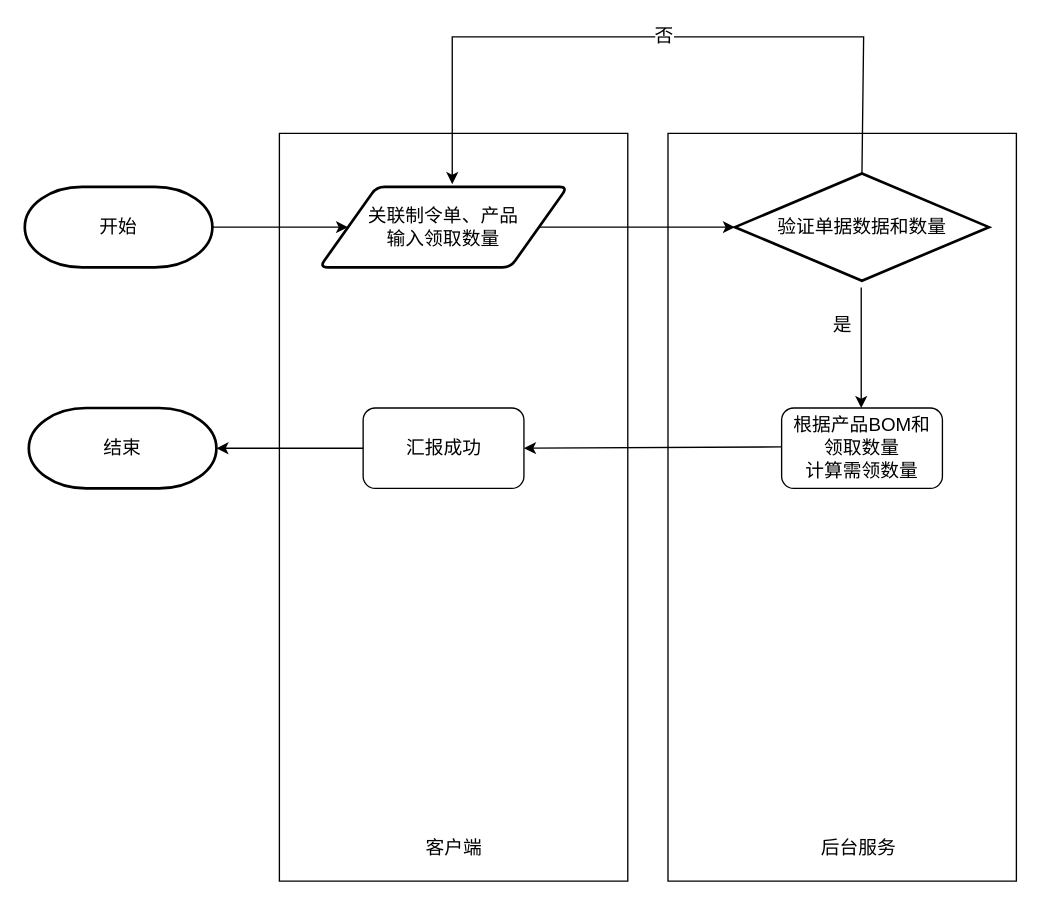
This is 领料单流程.drawio from KNAI-I/test, a draw.io file, before an edit. Source tidied: cells renumbered, new cells numbered last; positions are measured from the earlier drawing's top-left corner, leaving out a move shared by most shapes. Both pictures are drawn from the tidied source at 134%, with x=0, y=0 at pixel (24, 36).
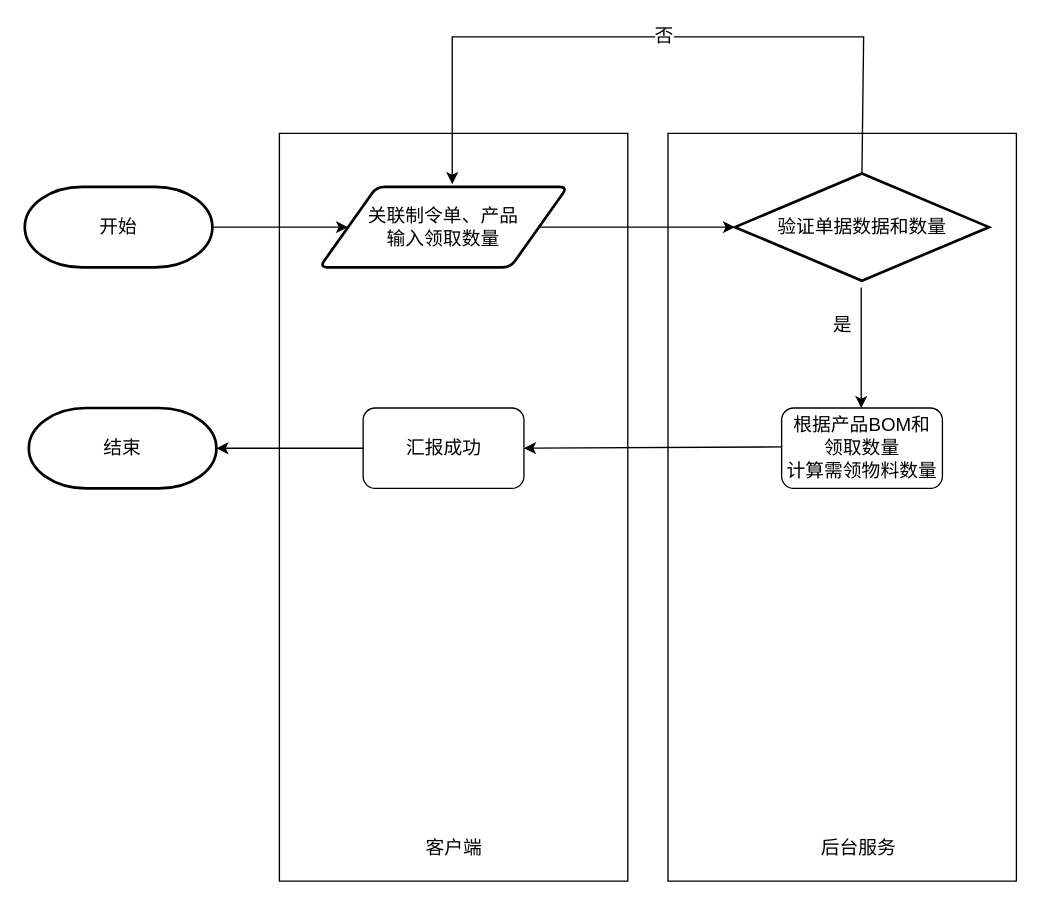
Above is the later version.

Commit message (it also covers changes not shown here):
更新领料单流程.drawio

What changed in the source:
```diff
@@
-    <mxCell id="9" value="根据产品BOM和&lt;br&gt;领取数量&lt;br&gt;计算需领数量" style="rounded=1;whiteSpace=wrap;html=1;fontSize=14;" parent="1" vertex="1">
+    <mxCell id="9" value="根据产品BOM和&lt;br&gt;领取数量&lt;br&gt;计算需领物料数量" style="rounded=1;whiteSpace=wrap;html=1;fontSize=14;" parent="1" vertex="1">
       <mxGeometry x="564.8" y="277" width="120" height="60" as="geometry" />
     </mxCell>
```
